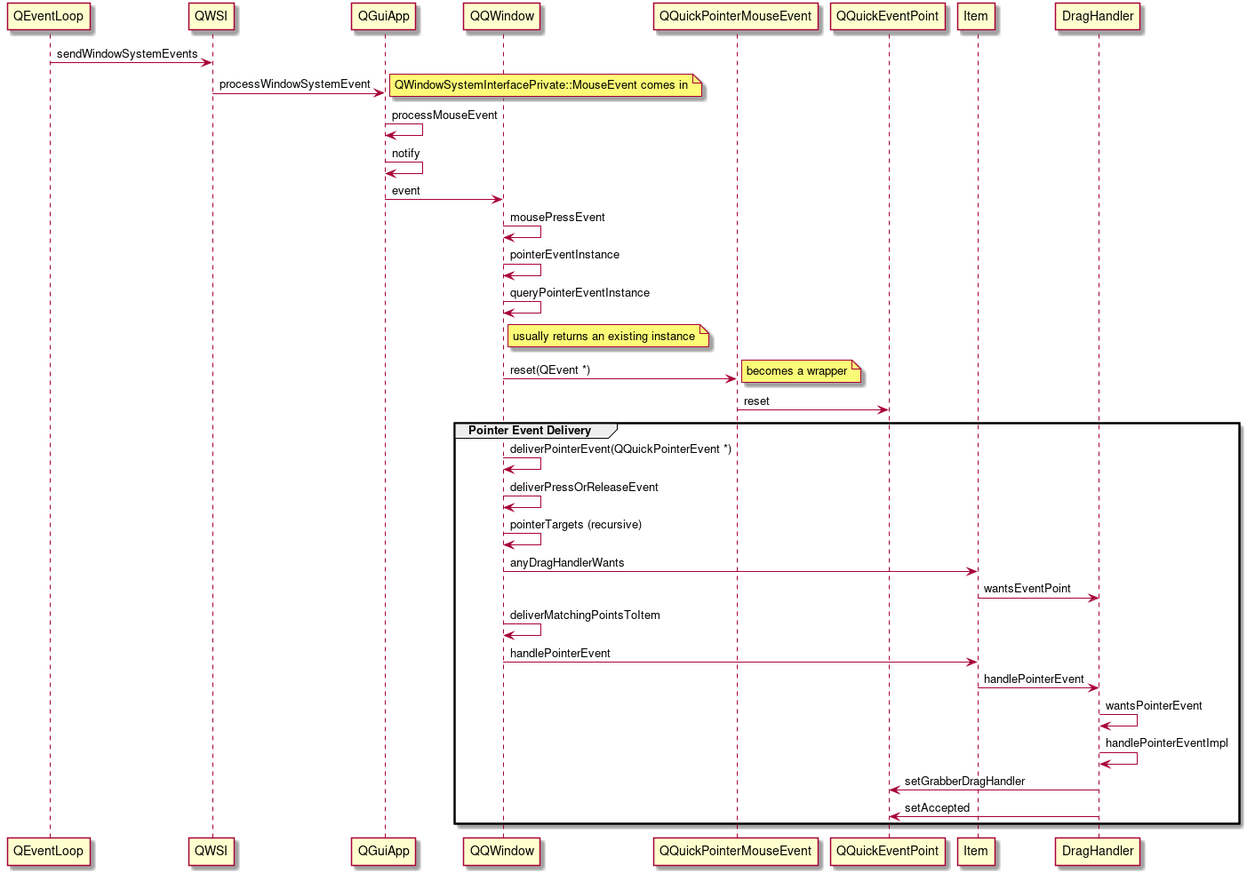
ec1oud/qt-presentations keeps this PlantUML diagram as presentation/resources/qt5-handler-delivery-seq.png. Above is the earlier version.
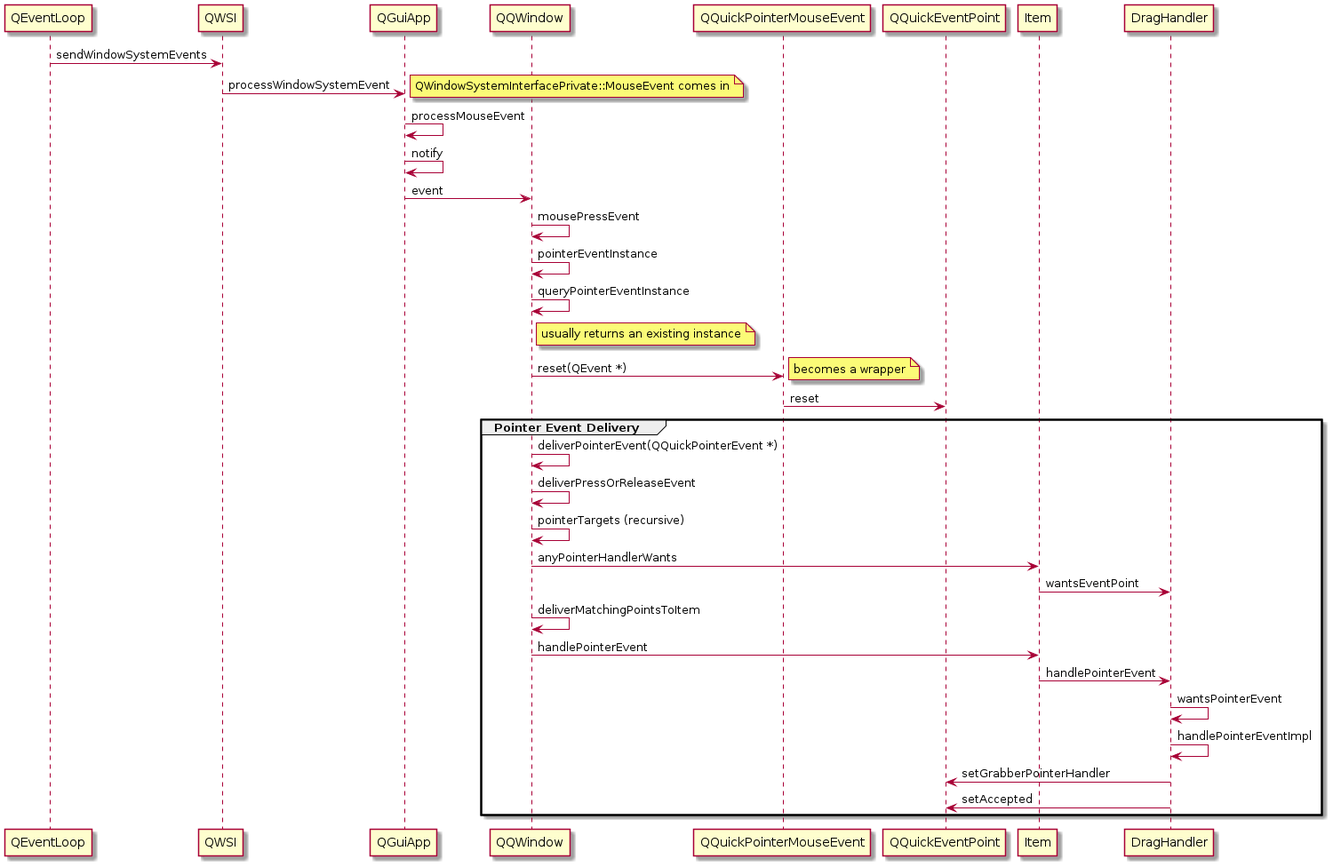
The same diagram one commit later.

Commit message:
Corrections: generic PointerHandler functions not DragHandler functions

Change to the diagram source:
```diff
@@ -16,14 +16,14 @@
 QQWindow -> QQWindow : deliverPointerEvent(QQuickPointerEvent *)
 QQWindow -> QQWindow : deliverPressOrReleaseEvent
 QQWindow -> QQWindow : pointerTargets (recursive)
-QQWindow -> Item : anyDragHandlerWants
+QQWindow -> Item : anyPointerHandlerWants
 Item -> DragHandler : wantsEventPoint
 QQWindow -> QQWindow : deliverMatchingPointsToItem
 QQWindow -> Item : handlePointerEvent
 Item -> DragHandler : handlePointerEvent
 DragHandler -> DragHandler : wantsPointerEvent
 DragHandler -> DragHandler : handlePointerEventImpl
-DragHandler -> QQuickEventPoint : setGrabberDragHandler
+DragHandler -> QQuickEventPoint : setGrabberPointerHandler
 DragHandler -> QQuickEventPoint : setAccepted
 end
 @enduml
```
